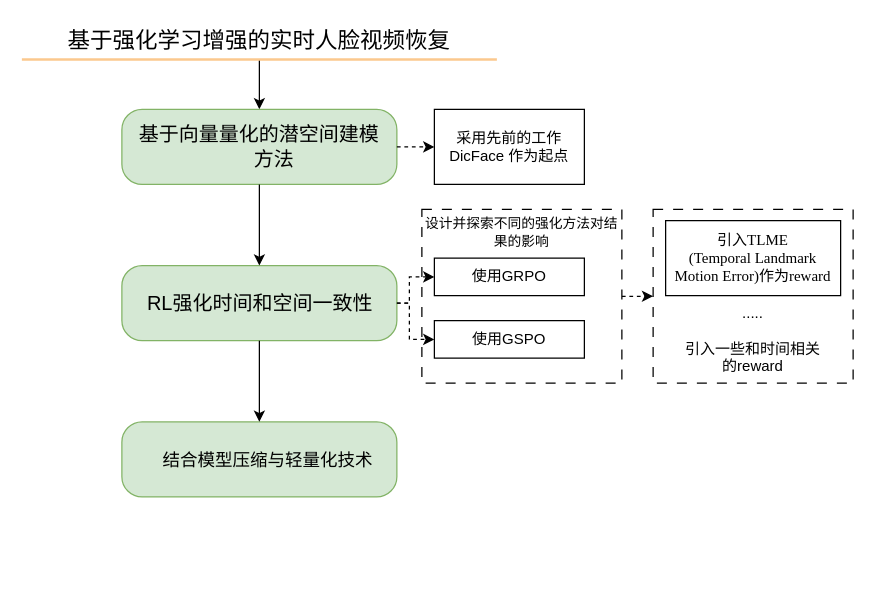
Before: 硕士开题方案图.drawio in NinoNeumann/drawio_projects, a draw.io diagram. Source tidied: cells renumbered, new cells numbered last; positions are measured from the earlier drawing's top-left corner, leaving out a move shared by most shapes. Both pictures are drawn from the tidied source at 125%, with x=0, y=0 at pixel (21, 21).
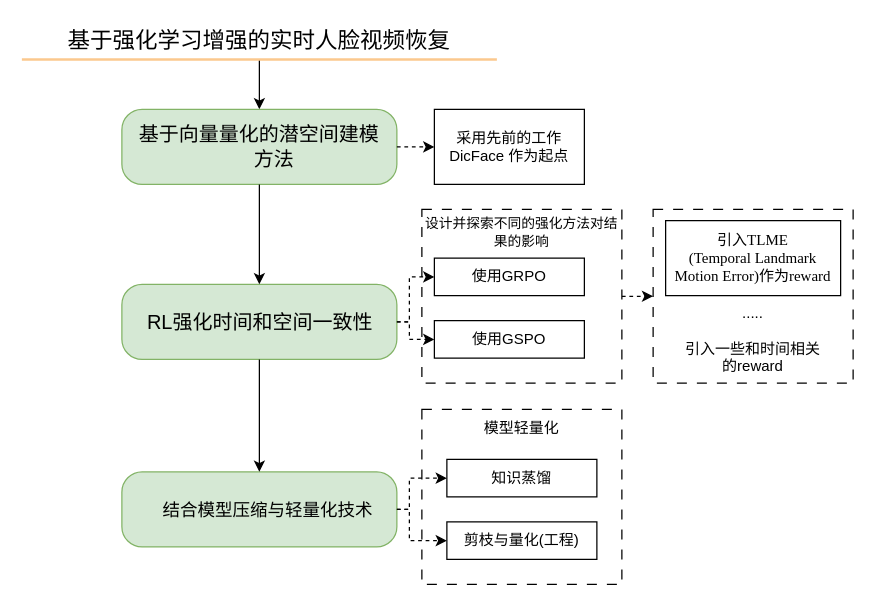
The same page after the edit.

Commit message:
修改第三点方案

The change refers to these unchanged cells:
```xml
<mxCell id="12" value="&lt;p class=&quot;MsoNormal&quot; style=&quot;margin: 0cm 0cm 0cm 40pt; font-size: 10.5pt; font-family: &amp;quot;Times New Roman&amp;quot;, serif; text-indent: -18pt; line-height: 17.5px;&quot;&gt;&lt;br&gt;&lt;/p&gt;" style="rounded=1;whiteSpace=wrap;html=1;arcSize=27;fillColor=#d5e8d4;strokeColor=#82b366;" parent="11" vertex="1">
  <mxGeometry x="50" width="220" height="60" as="geometry" />
</mxCell>
<mxCell id="15" value="&lt;p class=&quot;MsoNormal&quot; style=&quot;margin: 0cm 0cm 0cm 40pt; font-size: 10.5pt; font-family: &amp;quot;Times New Roman&amp;quot;, serif; text-indent: -18pt; line-height: 17.5px;&quot;&gt;&lt;br&gt;&lt;/p&gt;" style="rounded=1;whiteSpace=wrap;html=1;arcSize=27;fillColor=#d5e8d4;strokeColor=#82b366;" parent="14" vertex="1">
  <mxGeometry x="50" width="220" height="60" as="geometry" />
</mxCell>
<mxCell id="21" value="使用GRPO" style="rounded=0;whiteSpace=wrap;html=1;" parent="1" vertex="1">
  <mxGeometry x="330" y="189" width="120" height="30" as="geometry" />
</mxCell>
<mxCell id="22" value="使用GSPO" style="rounded=0;whiteSpace=wrap;html=1;" parent="1" vertex="1">
  <mxGeometry x="330" y="239" width="120" height="30" as="geometry" />
</mxCell>
```

Change to the diagram source:
```diff
@@
     <mxCell id="11" style="group;" parent="1" vertex="1">
-      <mxGeometry x="30" y="195" width="320" height="60" as="geometry" />
+      <mxGeometry x="30" y="210" width="320" height="60" as="geometry" />
     </mxCell>
@@
     <mxCell id="14" style="group;" parent="1" vertex="1">
-      <mxGeometry x="30" y="320" width="320" height="60" as="geometry" />
+      <mxGeometry x="30" y="360" width="320" height="60" as="geometry" />
     </mxCell>
@@
     <mxCell id="24" style="edgeStyle=orthogonalEdgeStyle;rounded=0;jettySize=auto;html=1;exitX=1;exitY=0.5;exitDx=0;exitDy=0;entryX=0;entryY=0.5;entryDx=0;entryDy=0;dashed=1;" parent="1" edge="1" source="12" target="21">
       <mxGeometry relative="1" as="geometry">
         <Array as="points">
-          <mxPoint x="310" y="225" />
+          <mxPoint x="310" y="240" />
           <mxPoint x="310" y="204" />
         </Array>
       </mxGeometry>
     </mxCell>
     <mxCell id="25" style="edgeStyle=orthogonalEdgeStyle;rounded=0;jettySize=auto;html=1;exitX=1;exitY=0.5;exitDx=0;exitDy=0;entryX=0;entryY=0.5;entryDx=0;entryDy=0;dashed=1;" parent="1" edge="1" source="12" target="22">
       <mxGeometry relative="1" as="geometry">
         <Array as="points">
-          <mxPoint x="310" y="225" />
+          <mxPoint x="310" y="240" />
           <mxPoint x="310" y="254" />
         </Array>
       </mxGeometry>
     </mxCell>
@@
+    <mxCell id="28" style="rounded=0;whiteSpace=wrap;html=1;dashed=1;dashPattern=8 8;" parent="1" vertex="1">
+      <mxGeometry x="320" y="310" width="160" height="140" as="geometry" />
+    </mxCell>
+    <mxCell id="29" value="知识蒸馏" style="rounded=0;whiteSpace=wrap;html=1;" parent="1" vertex="1">
+      <mxGeometry x="340" y="350" width="120" height="30" as="geometry" />
+    </mxCell>
+    <mxCell id="30" value="剪枝与量化(工程)" style="rounded=0;whiteSpace=wrap;html=1;" parent="1" vertex="1">
+      <mxGeometry x="340" y="400" width="120" height="30" as="geometry" />
+    </mxCell>
+    <mxCell id="31" style="edgeStyle=orthogonalEdgeStyle;rounded=0;jettySize=auto;html=1;exitX=1;exitY=0.5;exitDx=0;exitDy=0;entryX=0;entryY=0.5;entryDx=0;entryDy=0;dashed=1;" parent="1" edge="1" source="15" target="29">
+      <mxGeometry relative="1" as="geometry">
+        <Array as="points">
+          <mxPoint x="310" y="390" />
+          <mxPoint x="310" y="365" />
+        </Array>
+      </mxGeometry>
+    </mxCell>
+    <mxCell id="32" style="edgeStyle=orthogonalEdgeStyle;rounded=0;jettySize=auto;html=1;exitX=1;exitY=0.5;exitDx=0;exitDy=0;entryX=0;entryY=0.5;entryDx=0;entryDy=0;dashed=1;" parent="1" edge="1" source="15" target="30">
+      <mxGeometry relative="1" as="geometry">
+        <Array as="points">
+          <mxPoint x="310" y="390" />
+          <mxPoint x="310" y="415" />
+        </Array>
+      </mxGeometry>
+    </mxCell>
+    <mxCell id="33" value="模型轻量化" style="text;html=1;whiteSpace=wrap;strokeColor=none;fillColor=none;align=center;verticalAlign=middle;rounded=0;" parent="1" vertex="1">
+      <mxGeometry x="335" y="310" width="130" height="30" as="geometry" />
+    </mxCell>
```
